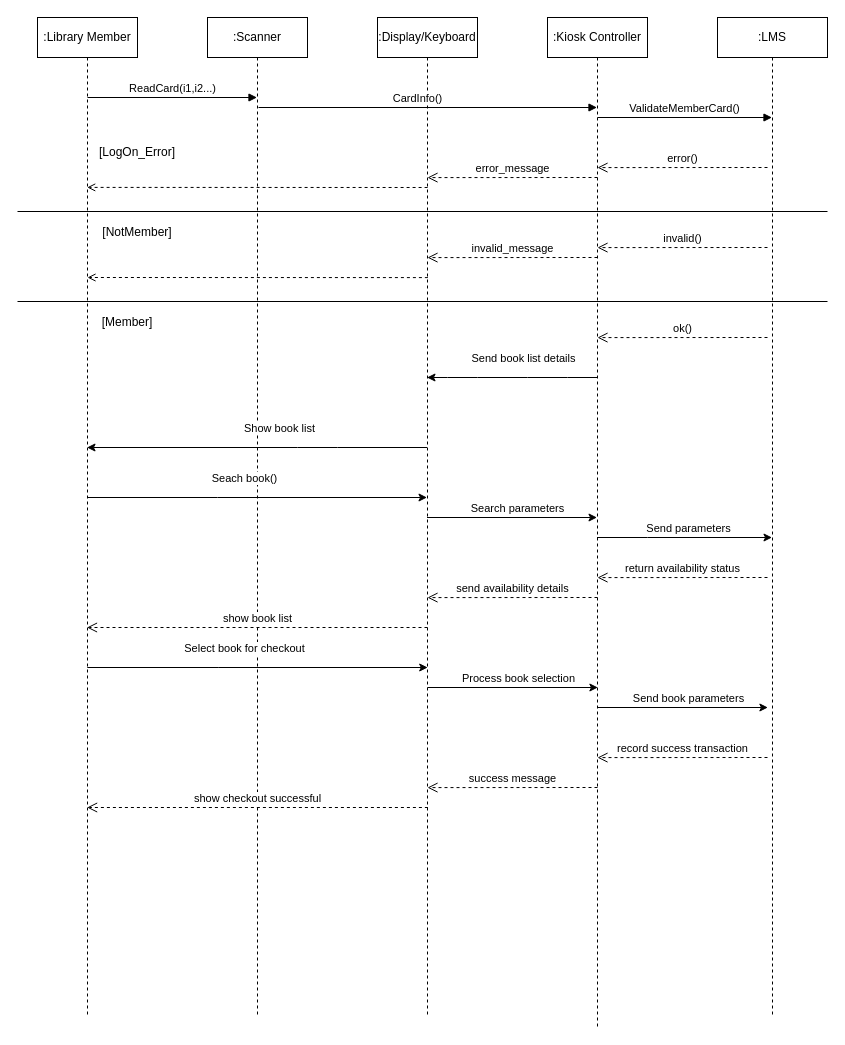
The draw.io diagram Sequence.drawio in CS6359-OOAD/Assignments, before the edit. Source tidied: cells renumbered, new cells numbered last; positions are measured from the earlier drawing's top-left corner, leaving out a move shared by most shapes. Both pictures are drawn from the tidied source at 100%, with x=0, y=0 at pixel (17, 17).
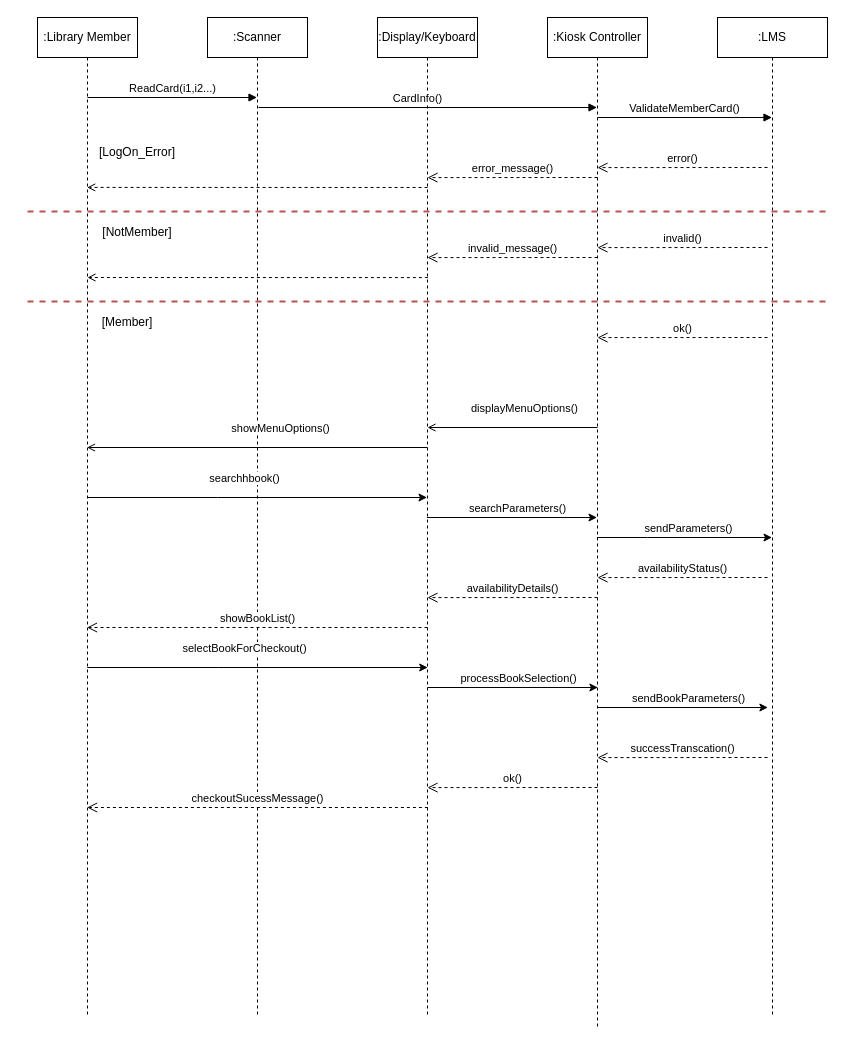
After the change.

The change refers to these unchanged cells:
```xml
<mxCell id="2" value=":Library Member" style="shape=umlLifeline;perimeter=lifelinePerimeter;whiteSpace=wrap;html=1;outlineConnect=0;" parent="1" vertex="1">
  <mxGeometry x="20" width="100" height="1000" as="geometry" />
</mxCell>
<mxCell id="4" style="endArrow=classic;html=1;rounded=0;" parent="3" edge="1">
  <mxGeometry relative="1" as="geometry">
    <mxPoint x="-120.2" y="650" as="sourcePoint" />
    <mxPoint x="220.2" y="650" as="targetPoint" />
    <Array as="points">
      <mxPoint x="10.7" y="650" />
    </Array>
  </mxGeometry>
</mxCell>
<mxCell id="6" value=":Display/Keyboard" style="shape=umlLifeline;perimeter=lifelinePerimeter;whiteSpace=wrap;html=1;outlineConnect=0;" parent="1" vertex="1">
  <mxGeometry x="360" width="100" height="1000" as="geometry" />
</mxCell>
<mxCell id="9" value=":Kiosk Controller" style="shape=umlLifeline;perimeter=lifelinePerimeter;whiteSpace=wrap;html=1;outlineConnect=0;" parent="1" vertex="1">
  <mxGeometry x="530" width="100" height="1010" as="geometry" />
</mxCell>
<mxCell id="10" value=":LMS" style="shape=umlLifeline;perimeter=lifelinePerimeter;whiteSpace=wrap;html=1;outlineConnect=0;" parent="1" vertex="1">
  <mxGeometry x="700" width="110" height="1000" as="geometry" />
</mxCell>
<mxCell id="17" style="endArrow=classic;html=1;rounded=0;" parent="10" edge="1">
  <mxGeometry relative="1" as="geometry">
    <mxPoint x="-120" y="690" as="sourcePoint" />
    <mxPoint x="50.4" y="690" as="targetPoint" />
  </mxGeometry>
</mxCell>
<mxCell id="31" style="endArrow=classic;html=1;rounded=0;" parent="1" edge="1" source="2" target="6">
  <mxGeometry relative="1" as="geometry">
    <Array as="points">
      <mxPoint x="200" y="480" />
    </Array>
  </mxGeometry>
</mxCell>
<mxCell id="33" style="endArrow=classic;html=1;rounded=0;" parent="1" edge="1" source="6" target="9">
  <mxGeometry relative="1" as="geometry" />
</mxCell>
<mxCell id="35" style="endArrow=classic;html=1;rounded=0;" parent="1" edge="1" source="9" target="10">
  <mxGeometry relative="1" as="geometry">
    <Array as="points">
      <mxPoint x="630" y="520" />
    </Array>
  </mxGeometry>
</mxCell>
<mxCell id="40" style="endArrow=classic;html=1;rounded=0;" parent="1" edge="1">
  <mxGeometry relative="1" as="geometry">
    <mxPoint x="410" y="670" as="sourcePoint" />
    <mxPoint x="580.4" y="670" as="targetPoint" />
  </mxGeometry>
</mxCell>
```

What changed in the source:
```diff
@@
-    <mxCell id="5" value="Select book for checkout" style="edgeLabel;html=1;align=center;verticalAlign=middle;" parent="4" vertex="1">
+    <mxCell id="5" value="selectBookForCheckout()" style="edgeLabel;html=1;align=center;verticalAlign=middle;" parent="4" vertex="1">
       <mxGeometry x="-0.07" y="4" relative="1" as="geometry">
         <mxPoint x="-1" y="-16" as="offset" />
       </mxGeometry>
     </mxCell>
@@
-    <mxCell id="8" value="success message" style="html=1;verticalAlign=bottom;endArrow=open;dashed=1;endSize=8;rounded=0;entryX=0.716;entryY=0.035;entryDx=0;entryDy=0;entryPerimeter=0;endFill=0;" parent="6" edge="1">
+    <mxCell id="8" value="ok()" style="html=1;verticalAlign=bottom;endArrow=open;dashed=1;endSize=8;rounded=0;entryX=0.716;entryY=0.035;entryDx=0;entryDy=0;entryPerimeter=0;endFill=0;" parent="6" edge="1">
       <mxGeometry relative="1" as="geometry">
         <mxPoint x="220" y="770" as="sourcePoint" />
         <mxPoint x="50" y="770.1" as="targetPoint" />
       </mxGeometry>
     </mxCell>
@@
-    <mxCell id="16" value="invalid_message" style="html=1;verticalAlign=bottom;endArrow=open;dashed=1;endSize=8;rounded=0;entryX=0.716;entryY=0.035;entryDx=0;entryDy=0;entryPerimeter=0;endFill=0;" parent="10" edge="1">
+    <mxCell id="16" value="invalid_message()" style="html=1;verticalAlign=bottom;endArrow=open;dashed=1;endSize=8;rounded=0;entryX=0.716;entryY=0.035;entryDx=0;entryDy=0;entryPerimeter=0;endFill=0;" parent="10" edge="1">
       <mxGeometry relative="1" as="geometry">
         <mxPoint x="-120" y="240" as="sourcePoint" />
         <mxPoint x="-290" y="240.1" as="targetPoint" />
       </mxGeometry>
     </mxCell>
@@
-    <mxCell id="18" value="Send book parameters" style="edgeLabel;html=1;align=center;verticalAlign=middle;" parent="17" vertex="1">
+    <mxCell id="18" value="sendBookParameters()" style="edgeLabel;html=1;align=center;verticalAlign=middle;" parent="17" vertex="1">
       <mxGeometry x="-0.54" y="-6" relative="1" as="geometry">
         <mxPoint x="51" y="-16" as="offset" />
       </mxGeometry>
     </mxCell>
@@
-    <mxCell id="22" style="line;strokeWidth=1;fillColor=none;align=left;verticalAlign=middle;spacingTop=-1;spacingLeft=3;spacingRight=3;labelPosition=right;" parent="1" vertex="1">
-      <mxGeometry y="190" width="810" height="8" as="geometry" />
+    <mxCell id="22" style="line;strokeWidth=2;fillColor=#f8cecc;align=left;verticalAlign=middle;spacingTop=-1;spacingLeft=3;spacingRight=3;labelPosition=right;dashed=1;strokeColor=#b85450;" parent="1" vertex="1">
+      <mxGeometry x="10" y="190" width="800" height="8" as="geometry" />
     </mxCell>
@@
-    <mxCell id="25" style="line;strokeWidth=1;fillColor=none;align=left;verticalAlign=middle;spacingTop=-1;spacingLeft=3;spacingRight=3;labelPosition=right;" parent="1" vertex="1">
-      <mxGeometry y="280" width="810" height="8" as="geometry" />
+    <mxCell id="25" style="line;strokeWidth=2;fillColor=#f8cecc;align=left;verticalAlign=middle;spacingTop=-1;spacingLeft=3;spacingRight=3;labelPosition=right;dashed=1;strokeColor=#b85450;" parent="1" vertex="1">
+      <mxGeometry x="10" y="280" width="800" height="8" as="geometry" />
     </mxCell>
-    <mxCell id="26" value="error_message" style="html=1;verticalAlign=bottom;endArrow=open;dashed=1;endSize=8;rounded=0;entryX=0.716;entryY=0.035;entryDx=0;entryDy=0;entryPerimeter=0;endFill=0;" parent="1" edge="1">
+    <mxCell id="26" value="error_message()" style="html=1;verticalAlign=bottom;endArrow=open;dashed=1;endSize=8;rounded=0;entryX=0.716;entryY=0.035;entryDx=0;entryDy=0;entryPerimeter=0;endFill=0;" parent="1" edge="1">
       <mxGeometry relative="1" as="geometry">
         <mxPoint x="580" y="160" as="sourcePoint" />
         <mxPoint x="410" y="160.1" as="targetPoint" />
       </mxGeometry>
     </mxCell>
-    <mxCell id="27" style="endArrow=classic;html=1;rounded=0;" parent="1" edge="1" source="9" target="6">
-      <mxGeometry relative="1" as="geometry">
-        <Array as="points">
-          <mxPoint x="550" y="360" />
-          <mxPoint x="510" y="360" />
-          <mxPoint x="460" y="360" />
-          <mxPoint x="430" y="360" />
-        </Array>
-      </mxGeometry>
-    </mxCell>
-    <mxCell id="28" value="Send book list details" style="edgeLabel;html=1;align=center;verticalAlign=middle;" parent="27" vertex="1">
-      <mxGeometry x="-0.13" y="1" relative="1" as="geometry">
-        <mxPoint y="-21" as="offset" />
-      </mxGeometry>
-    </mxCell>
-    <mxCell id="29" style="endArrow=classic;html=1;rounded=0;" parent="1" edge="1" source="6" target="2">
-      <mxGeometry relative="1" as="geometry">
-        <Array as="points">
-          <mxPoint x="320" y="430" />
-          <mxPoint x="280" y="430" />
-        </Array>
-      </mxGeometry>
-    </mxCell>
-    <mxCell id="30" value="Show book list" style="edgeLabel;html=1;align=center;verticalAlign=middle;" parent="29" vertex="1">
-      <mxGeometry x="-0.13" y="1" relative="1" as="geometry">
-        <mxPoint y="-21" as="offset" />
-      </mxGeometry>
-    </mxCell>
@@
-    <mxCell id="32" value="Seach book()" style="edgeLabel;html=1;align=center;verticalAlign=middle;" parent="31" vertex="1">
+    <mxCell id="32" value="searchhbook()" style="edgeLabel;html=1;align=center;verticalAlign=middle;" parent="31" vertex="1">
       <mxGeometry x="-0.07" y="4" relative="1" as="geometry">
         <mxPoint x="-1" y="-16" as="offset" />
       </mxGeometry>
     </mxCell>
@@
-    <mxCell id="34" value="Search parameters" style="edgeLabel;html=1;align=center;verticalAlign=middle;" parent="33" vertex="1">
+    <mxCell id="34" value="searchParameters()" style="edgeLabel;html=1;align=center;verticalAlign=middle;" parent="33" vertex="1">
       <mxGeometry x="-0.54" y="-6" relative="1" as="geometry">
         <mxPoint x="51" y="-16" as="offset" />
       </mxGeometry>
     </mxCell>
@@
-    <mxCell id="36" value="Send parameters" style="edgeLabel;html=1;align=center;verticalAlign=middle;" parent="35" vertex="1">
+    <mxCell id="36" value="sendParameters()" style="edgeLabel;html=1;align=center;verticalAlign=middle;" parent="35" vertex="1">
       <mxGeometry x="-0.54" y="-6" relative="1" as="geometry">
         <mxPoint x="51" y="-16" as="offset" />
       </mxGeometry>
     </mxCell>
-    <mxCell id="37" value="return availability status" style="html=1;verticalAlign=bottom;endArrow=open;dashed=1;endSize=8;rounded=0;entryX=0.716;entryY=0.035;entryDx=0;entryDy=0;entryPerimeter=0;endFill=0;" parent="1" edge="1">
+    <mxCell id="37" value="availabilityStatus()" style="html=1;verticalAlign=bottom;endArrow=open;dashed=1;endSize=8;rounded=0;entryX=0.716;entryY=0.035;entryDx=0;entryDy=0;entryPerimeter=0;endFill=0;" parent="1" edge="1">
       <mxGeometry relative="1" as="geometry">
         <mxPoint x="750" y="560" as="sourcePoint" />
         <mxPoint x="580" y="560.1" as="targetPoint" />
       </mxGeometry>
     </mxCell>
-    <mxCell id="38" value="send availability details" style="html=1;verticalAlign=bottom;endArrow=open;dashed=1;endSize=8;rounded=0;entryX=0.716;entryY=0.035;entryDx=0;entryDy=0;entryPerimeter=0;endFill=0;" parent="1" edge="1">
+    <mxCell id="38" value="availabilityDetails()" style="html=1;verticalAlign=bottom;endArrow=open;dashed=1;endSize=8;rounded=0;entryX=0.716;entryY=0.035;entryDx=0;entryDy=0;entryPerimeter=0;endFill=0;" parent="1" edge="1">
       <mxGeometry relative="1" as="geometry">
         <mxPoint x="580" y="580" as="sourcePoint" />
         <mxPoint x="410" y="580.1" as="targetPoint" />
       </mxGeometry>
     </mxCell>
-    <mxCell id="39" value="show book list" style="html=1;verticalAlign=bottom;endArrow=open;dashed=1;endSize=8;rounded=0;endFill=0;" parent="1" edge="1" target="2">
+    <mxCell id="39" value="showBookList()" style="html=1;verticalAlign=bottom;endArrow=open;dashed=1;endSize=8;rounded=0;endFill=0;" parent="1" edge="1" target="2">
       <mxGeometry relative="1" as="geometry">
         <mxPoint x="410" y="610" as="sourcePoint" />
       </mxGeometry>
     </mxCell>
@@
-    <mxCell id="41" value="Process book selection" style="edgeLabel;html=1;align=center;verticalAlign=middle;" parent="40" vertex="1">
+    <mxCell id="41" value="processBookSelection()" style="edgeLabel;html=1;align=center;verticalAlign=middle;" parent="40" vertex="1">
       <mxGeometry x="-0.54" y="-6" relative="1" as="geometry">
         <mxPoint x="51" y="-16" as="offset" />
       </mxGeometry>
     </mxCell>
-    <mxCell id="42" value="record success transaction" style="html=1;verticalAlign=bottom;endArrow=open;dashed=1;endSize=8;rounded=0;entryX=0.716;entryY=0.035;entryDx=0;entryDy=0;entryPerimeter=0;endFill=0;" parent="1" edge="1">
+    <mxCell id="42" value="successTranscation()" style="html=1;verticalAlign=bottom;endArrow=open;dashed=1;endSize=8;rounded=0;entryX=0.716;entryY=0.035;entryDx=0;entryDy=0;entryPerimeter=0;endFill=0;" parent="1" edge="1">
       <mxGeometry relative="1" as="geometry">
         <mxPoint x="750" y="740" as="sourcePoint" />
         <mxPoint x="580" y="740.1" as="targetPoint" />
       </mxGeometry>
     </mxCell>
-    <mxCell id="43" value="show checkout successful" style="html=1;verticalAlign=bottom;endArrow=open;dashed=1;endSize=8;rounded=0;endFill=0;" parent="1" edge="1">
+    <mxCell id="43" value="checkoutSucessMessage()" style="html=1;verticalAlign=bottom;endArrow=open;dashed=1;endSize=8;rounded=0;endFill=0;" parent="1" edge="1">
       <mxGeometry relative="1" as="geometry">
         <mxPoint x="410.4" y="790" as="sourcePoint" />
         <mxPoint x="69.6" y="790" as="targetPoint" />
       </mxGeometry>
     </mxCell>
+    <mxCell id="44" style="endArrow=open;html=1;rounded=0;endFill=0;" parent="1" edge="1">
+      <mxGeometry relative="1" as="geometry">
+        <mxPoint x="580" y="410" as="sourcePoint" />
+        <mxPoint x="410" y="410" as="targetPoint" />
+        <Array as="points">
+          <mxPoint x="550.5" y="410" />
+          <mxPoint x="510.5" y="410" />
+          <mxPoint x="430.5" y="410" />
+        </Array>
+      </mxGeometry>
+    </mxCell>
+    <mxCell id="45" value="displayMenuOptions()" style="edgeLabel;html=1;align=center;verticalAlign=middle;" parent="44" vertex="1">
+      <mxGeometry x="-0.13" y="1" relative="1" as="geometry">
+        <mxPoint y="-21" as="offset" />
+      </mxGeometry>
+    </mxCell>
+    <mxCell id="46" style="endArrow=open;html=1;rounded=0;endFill=0;" parent="1" edge="1" target="2">
+      <mxGeometry relative="1" as="geometry">
+        <mxPoint x="410" y="430" as="sourcePoint" />
+        <Array as="points">
+          <mxPoint x="380.5" y="430" />
+          <mxPoint x="340.5" y="430" />
+          <mxPoint x="260.5" y="430" />
+        </Array>
+      </mxGeometry>
+    </mxCell>
+    <mxCell id="47" value="showMenuOptions()" style="edgeLabel;html=1;align=center;verticalAlign=middle;" parent="46" vertex="1">
+      <mxGeometry x="-0.13" y="1" relative="1" as="geometry">
+        <mxPoint y="-21" as="offset" />
+      </mxGeometry>
+    </mxCell>
```
